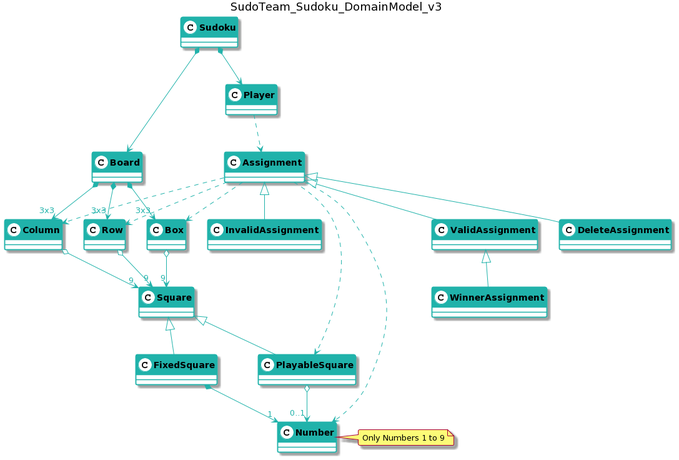
Before: requirements/docs/images/SudoTeam_Sudoku_DomainMode_v3.png, a diagram exported from PlantUML (x-USantaTecla-game-sudoku/requirements).
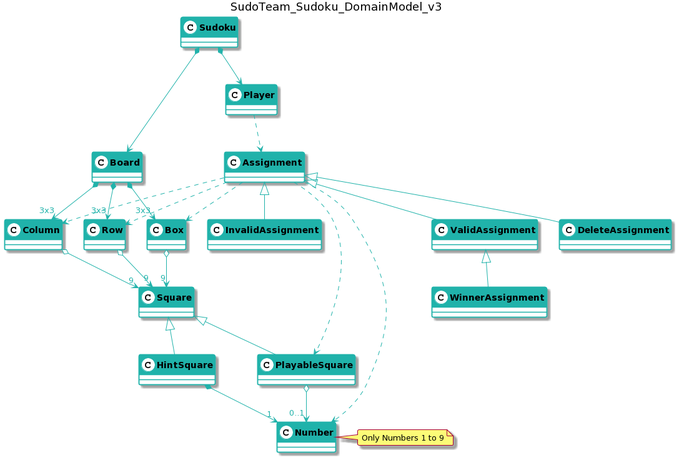
Later version of the same file.

Commit message:
Cambio de nomnbre "FixedSquare" por "HintSquare"

What changed in the source:
```diff
@@ -33,13 +33,13 @@
 
 
 Square <|-- PlayableSquare
-Square <|-- FixedSquare
+Square <|-- HintSquare
 
 class Number
 note right: Only Numbers 1 to 9
 
 PlayableSquare o--> "0..1" Number
-FixedSquare *--> "1" Number
+HintSquare *--> "1" Number
 
 
 Player ..> Assignment
```
